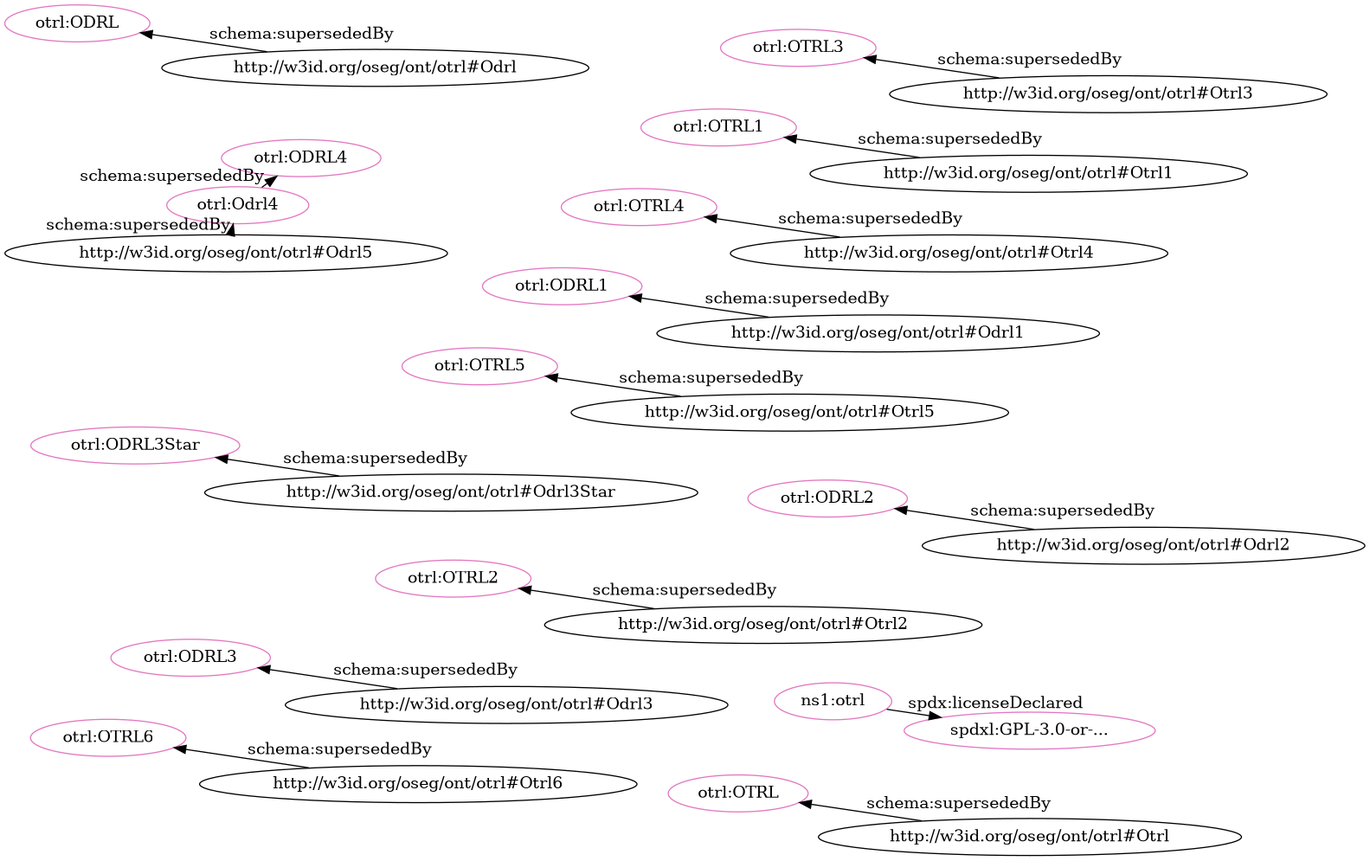
Above: src/spec/fdp_otrl_deprecated-clean.png in iop-alliance/OpenKnowHow (Graphviz), before the change. Its source is kept beside it as src/spec/fdp_otrl_deprecated-clean.dot.
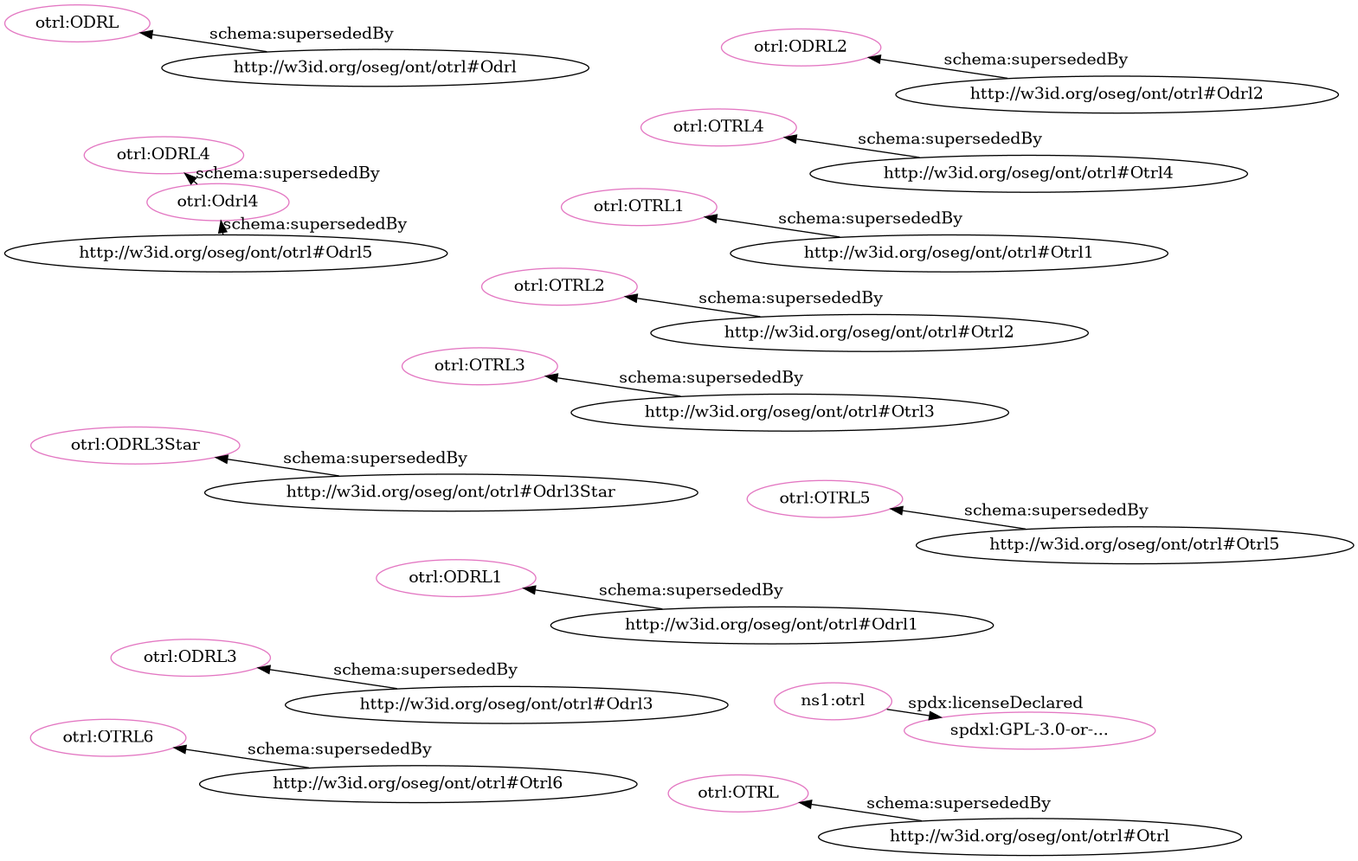
Later version of the same file.

Diff of the diagram source:
```diff
@@ -1,35 +1,35 @@
 digraph G {
   rankdir=BT
   node[height=.3]
+"http://w3id.org/oseg/ont/otrl#OTRL3" [fillcolor="#e377c2" color="#e377c2" label="otrl:OTRL3"]
+"http://w3id.org/oseg/ont/otrl#OTRL2" [fillcolor="#e377c2" color="#e377c2" label="otrl:OTRL2"]
+"http://w3id.org/oseg/ont/otrl#ODRL1" [fillcolor="#e377c2" color="#e377c2" label="otrl:ODRL1"]
+"http://w3id.org/oseg/ont/otrl" [fillcolor="#e377c2" color="#e377c2" label="ns1:otrl"]
+"http://w3id.org/oseg/ont/otrl#OTRL1" [fillcolor="#e377c2" color="#e377c2" label="otrl:OTRL1"]
+"http://w3id.org/oseg/ont/otrl#ODRL4" [fillcolor="#e377c2" color="#e377c2" label="otrl:ODRL4"]
+"http://w3id.org/oseg/ont/otrl#OTRL4" [fillcolor="#e377c2" color="#e377c2" label="otrl:OTRL4"]
+"http://w3id.org/oseg/ont/otrl#ODRL" [fillcolor="#e377c2" color="#e377c2" label="otrl:ODRL"]
+"http://w3id.org/oseg/ont/otrl#ODRL3" [fillcolor="#e377c2" color="#e377c2" label="otrl:ODRL3"]
+"http://w3id.org/oseg/ont/otrl#ODRL2" [fillcolor="#e377c2" color="#e377c2" label="otrl:ODRL2"]
+"http://w3id.org/oseg/ont/otrl#ODRL3Star" [fillcolor="#e377c2" color="#e377c2" label="otrl:ODRL3Star"]
+"http://w3id.org/oseg/ont/otrl#OTRL" [fillcolor="#e377c2" color="#e377c2" label="otrl:OTRL"]
+"http://w3id.org/oseg/ont/otrl#OTRL6" [fillcolor="#e377c2" color="#e377c2" label="otrl:OTRL6"]
+"http://spdx.org/licenses/GPL-3.0-or-later" [fillcolor="#e377c2" color="#e377c2" label="spdxl:GPL-3.0-or-..."]
 "http://w3id.org/oseg/ont/otrl#OTRL5" [fillcolor="#e377c2" color="#e377c2" label="otrl:OTRL5"]
-"http://w3id.org/oseg/ont/otrl" [fillcolor="#e377c2" color="#e377c2" label="ns1:otrl"]
-"http://w3id.org/oseg/ont/otrl#ODRL1" [fillcolor="#e377c2" color="#e377c2" label="otrl:ODRL1"]
 "http://w3id.org/oseg/ont/otrl#Odrl4" [fillcolor="#e377c2" color="#e377c2" label="otrl:Odrl4"]
-"http://w3id.org/oseg/ont/otrl#OTRL2" [fillcolor="#e377c2" color="#e377c2" label="otrl:OTRL2"]
-"http://spdx.org/licenses/GPL-3.0-or-later" [fillcolor="#e377c2" color="#e377c2" label="spdxl:GPL-3.0-or-..."]
-"http://w3id.org/oseg/ont/otrl#OTRL4" [fillcolor="#e377c2" color="#e377c2" label="otrl:OTRL4"]
-"http://w3id.org/oseg/ont/otrl#OTRL1" [fillcolor="#e377c2" color="#e377c2" label="otrl:OTRL1"]
-"http://w3id.org/oseg/ont/otrl#ODRL3Star" [fillcolor="#e377c2" color="#e377c2" label="otrl:ODRL3Star"]
-"http://w3id.org/oseg/ont/otrl#ODRL3" [fillcolor="#e377c2" color="#e377c2" label="otrl:ODRL3"]
-"http://w3id.org/oseg/ont/otrl#ODRL4" [fillcolor="#e377c2" color="#e377c2" label="otrl:ODRL4"]
-"http://w3id.org/oseg/ont/otrl#OTRL3" [fillcolor="#e377c2" color="#e377c2" label="otrl:OTRL3"]
-"http://w3id.org/oseg/ont/otrl#OTRL6" [fillcolor="#e377c2" color="#e377c2" label="otrl:OTRL6"]
-"http://w3id.org/oseg/ont/otrl#OTRL" [fillcolor="#e377c2" color="#e377c2" label="otrl:OTRL"]
-"http://w3id.org/oseg/ont/otrl#ODRL" [fillcolor="#e377c2" color="#e377c2" label="otrl:ODRL"]
-"http://w3id.org/oseg/ont/otrl#ODRL2" [fillcolor="#e377c2" color="#e377c2" label="otrl:ODRL2"]
+  "http://w3id.org/oseg/ont/otrl#Otrl3" -> "http://w3id.org/oseg/ont/otrl#OTRL3" [label="schema:supersededBy"]
+  "http://w3id.org/oseg/ont/otrl#Otrl2" -> "http://w3id.org/oseg/ont/otrl#OTRL2" [label="schema:supersededBy"]
+  "http://w3id.org/oseg/ont/otrl#Odrl1" -> "http://w3id.org/oseg/ont/otrl#ODRL1" [label="schema:supersededBy"]
+  "http://w3id.org/oseg/ont/otrl#Otrl1" -> "http://w3id.org/oseg/ont/otrl#OTRL1" [label="schema:supersededBy"]
+  "http://w3id.org/oseg/ont/otrl#Odrl4" -> "http://w3id.org/oseg/ont/otrl#ODRL4" [label="schema:supersededBy"]
+  "http://w3id.org/oseg/ont/otrl#Odrl" -> "http://w3id.org/oseg/ont/otrl#ODRL" [label="schema:supersededBy"]
+  "http://w3id.org/oseg/ont/otrl#Odrl3" -> "http://w3id.org/oseg/ont/otrl#ODRL3" [label="schema:supersededBy"]
   "http://w3id.org/oseg/ont/otrl#Odrl2" -> "http://w3id.org/oseg/ont/otrl#ODRL2" [label="schema:supersededBy"]
+  "http://w3id.org/oseg/ont/otrl#Odrl3Star" -> "http://w3id.org/oseg/ont/otrl#ODRL3Star" [label="schema:supersededBy"]
+  "http://w3id.org/oseg/ont/otrl#Otrl" -> "http://w3id.org/oseg/ont/otrl#OTRL" [label="schema:supersededBy"]
+  "http://w3id.org/oseg/ont/otrl#Otrl6" -> "http://w3id.org/oseg/ont/otrl#OTRL6" [label="schema:supersededBy"]
+  "http://w3id.org/oseg/ont/otrl" -> "http://spdx.org/licenses/GPL-3.0-or-later" [label="spdx:licenseDeclared"]
   "http://w3id.org/oseg/ont/otrl#Otrl5" -> "http://w3id.org/oseg/ont/otrl#OTRL5" [label="schema:supersededBy"]
-  "http://w3id.org/oseg/ont/otrl#Odrl1" -> "http://w3id.org/oseg/ont/otrl#ODRL1" [label="schema:supersededBy"]
   "http://w3id.org/oseg/ont/otrl#Odrl5" -> "http://w3id.org/oseg/ont/otrl#Odrl4" [label="schema:supersededBy"]
-  "http://w3id.org/oseg/ont/otrl" -> "http://spdx.org/licenses/GPL-3.0-or-later" [label="spdx:licenseDeclared"]
   "http://w3id.org/oseg/ont/otrl#Otrl4" -> "http://w3id.org/oseg/ont/otrl#OTRL4" [label="schema:supersededBy"]
-  "http://w3id.org/oseg/ont/otrl#Otrl1" -> "http://w3id.org/oseg/ont/otrl#OTRL1" [label="schema:supersededBy"]
-  "http://w3id.org/oseg/ont/otrl#Odrl" -> "http://w3id.org/oseg/ont/otrl#ODRL" [label="schema:supersededBy"]
-  "http://w3id.org/oseg/ont/otrl#Odrl3Star" -> "http://w3id.org/oseg/ont/otrl#ODRL3Star" [label="schema:supersededBy"]
-  "http://w3id.org/oseg/ont/otrl#Odrl3" -> "http://w3id.org/oseg/ont/otrl#ODRL3" [label="schema:supersededBy"]
-  "http://w3id.org/oseg/ont/otrl#Odrl4" -> "http://w3id.org/oseg/ont/otrl#ODRL4" [label="schema:supersededBy"]
-  "http://w3id.org/oseg/ont/otrl#Otrl3" -> "http://w3id.org/oseg/ont/otrl#OTRL3" [label="schema:supersededBy"]
-  "http://w3id.org/oseg/ont/otrl#Otrl6" -> "http://w3id.org/oseg/ont/otrl#OTRL6" [label="schema:supersededBy"]
-  "http://w3id.org/oseg/ont/otrl#Otrl" -> "http://w3id.org/oseg/ont/otrl#OTRL" [label="schema:supersededBy"]
-  "http://w3id.org/oseg/ont/otrl#Otrl2" -> "http://w3id.org/oseg/ont/otrl#OTRL2" [label="schema:supersededBy"]
 }
```
